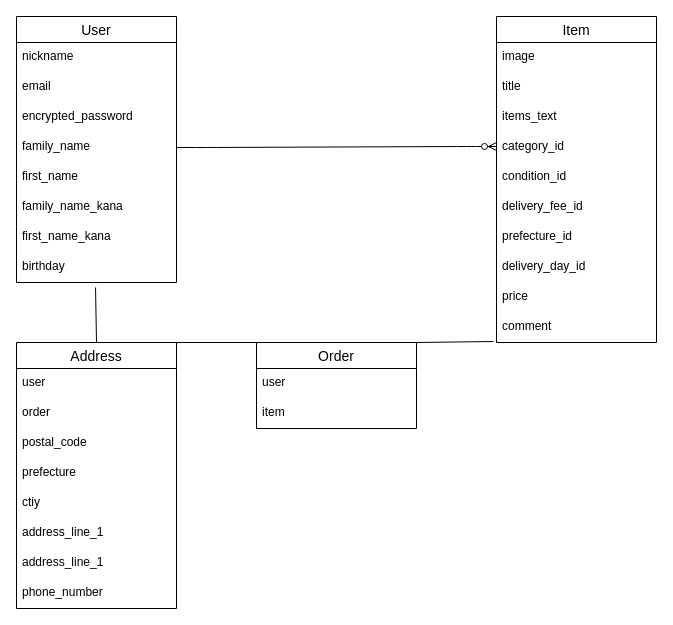
tomo1123/furima-39631 keeps this draw.io diagram as furima.dio. Above is the earlier version. Source tidied: cells renumbered, new cells numbered last; positions are measured from the earlier drawing's top-left corner, leaving out a move shared by most shapes. Both pictures are drawn from the tidied source at 100%, with x=0, y=0 at pixel (16, 16).
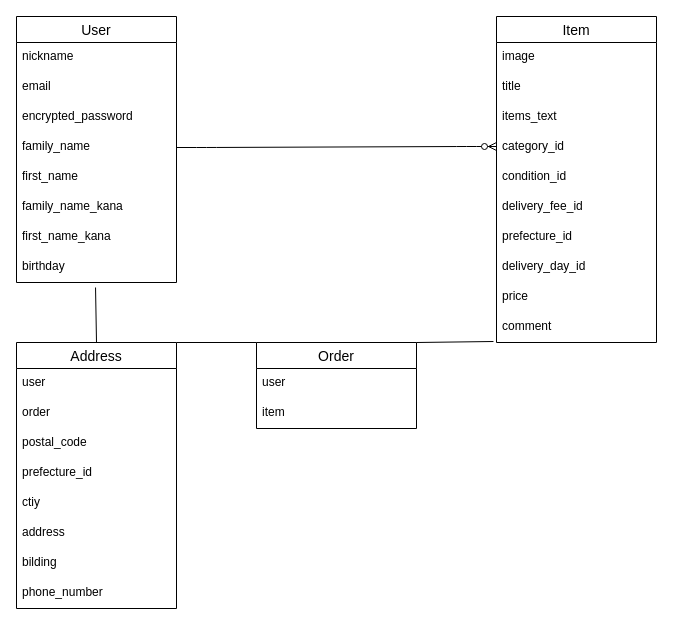
The same diagram, later.

Commit message (it also covers changes not shown here):
ER図、テーブル設計修正3

The change refers to these unchanged cells:
```xml
<mxCell id="28" value="Address" style="swimlane;fontStyle=0;horizontal=1;startSize=26;align=center;fontSize=14;" parent="1" vertex="1">
  <mxGeometry y="326" width="160" height="266" as="geometry" />
</mxCell>
```

Diff of the diagram source:
```diff
@@
-    <mxCell id="32" value="prefecture" style="text;strokeColor=none;fillColor=none;spacingLeft=4;spacingRight=4;overflow=hidden;fontSize=12;" parent="28" vertex="1">
+    <mxCell id="32" value="prefecture_id" style="text;strokeColor=none;fillColor=none;spacingLeft=4;spacingRight=4;overflow=hidden;fontSize=12;" parent="28" vertex="1">
       <mxGeometry y="116" width="160" height="30" as="geometry" />
     </mxCell>
@@
-    <mxCell id="34" value="address_line_1" style="text;strokeColor=none;fillColor=none;spacingLeft=4;spacingRight=4;overflow=hidden;fontSize=12;" parent="28" vertex="1">
+    <mxCell id="34" value="address" style="text;strokeColor=none;fillColor=none;spacingLeft=4;spacingRight=4;overflow=hidden;fontSize=12;" parent="28" vertex="1">
       <mxGeometry y="176" width="160" height="30" as="geometry" />
     </mxCell>
-    <mxCell id="35" value="address_line_1" style="text;strokeColor=none;fillColor=none;spacingLeft=4;spacingRight=4;overflow=hidden;fontSize=12;" parent="28" vertex="1">
+    <mxCell id="35" value="bilding" style="text;strokeColor=none;fillColor=none;spacingLeft=4;spacingRight=4;overflow=hidden;fontSize=12;" parent="28" vertex="1">
       <mxGeometry y="206" width="160" height="30" as="geometry" />
     </mxCell>
```
